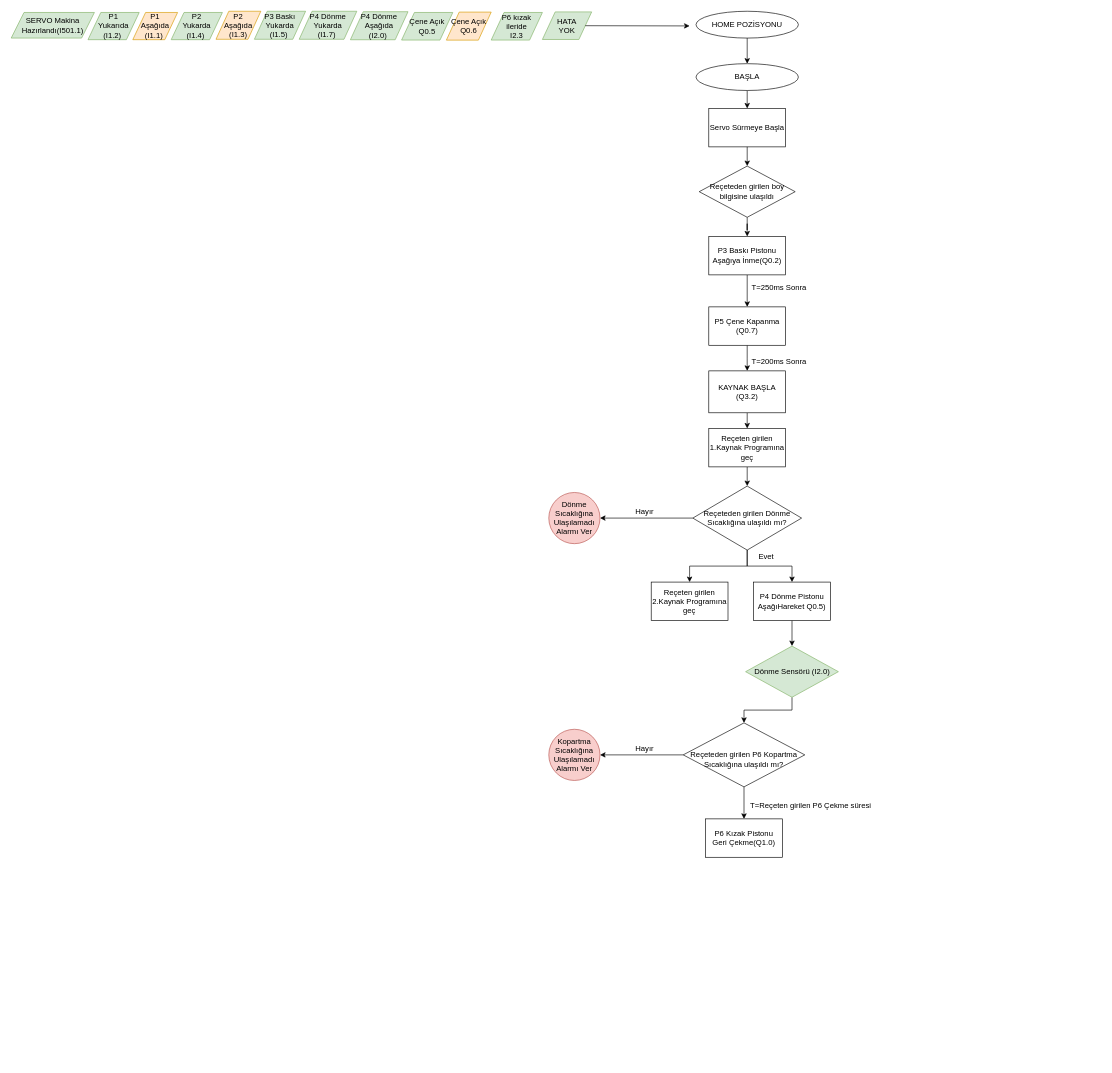
Before: Untitled Diagram.drawio in cemreakz/Cemre_FlowChartsOfMachine, a draw.io diagram. Source tidied: cells renumbered, new cells numbered last; positions are measured from the earlier drawing's top-left corner, leaving out a move shared by most shapes. Both pictures are drawn from the tidied source at 64%, with x=0, y=0 at pixel (11, 11).
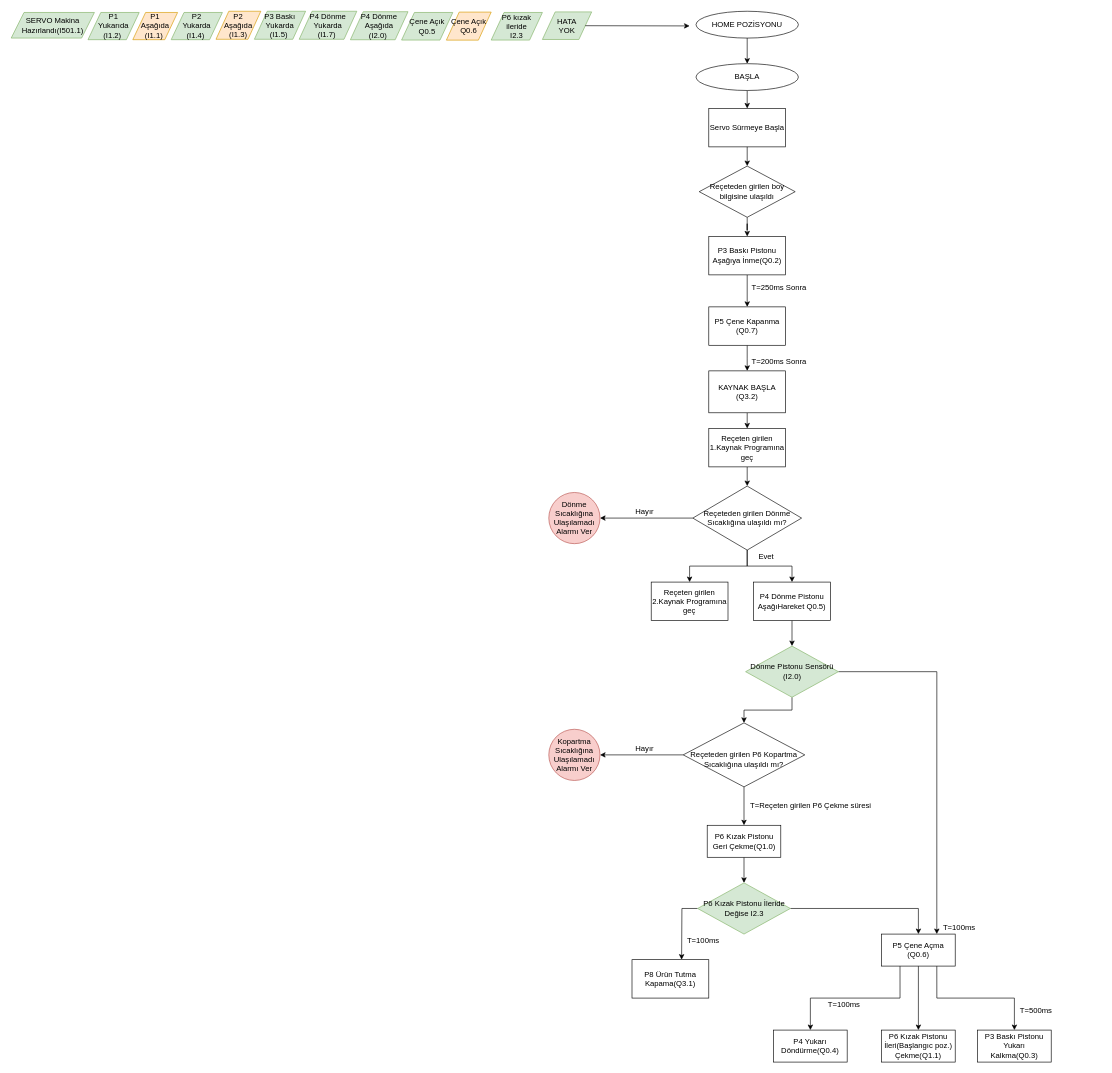
The same diagram, later.

The edit, as a diff of the source:
```diff
@@
+    <mxCell id="52" style="edgeStyle=orthogonalEdgeStyle;rounded=0;jettySize=auto;html=1;exitX=1;exitY=0.5;exitDx=0;exitDy=0;entryX=0.75;entryY=0;entryDx=0;entryDy=0;" parent="1" edge="1" source="49" target="62">
+      <mxGeometry relative="1" as="geometry" />
+    </mxCell>
-    <mxCell id="49" value="Dönme Sensörü (I2.0)" style="rhombus;whiteSpace=wrap;html=1;fillColor=#d5e8d4;strokeColor=#82b366;" parent="1" vertex="1">
+    <mxCell id="49" value="Dönme Pistonu Sensörü (I2.0)" style="rhombus;whiteSpace=wrap;html=1;fillColor=#d5e8d4;strokeColor=#82b366;" parent="1" vertex="1">
       <mxGeometry x="1147.5" y="992" width="145" height="80" as="geometry" />
     </mxCell>
+    <mxCell id="53" style="edgeStyle=orthogonalEdgeStyle;rounded=0;jettySize=auto;html=1;" parent="1" edge="1" source="50" target="56">
+      <mxGeometry relative="1" as="geometry" />
+    </mxCell>
     <mxCell id="50" value="P6 Kızak Pistonu&lt;br&gt;Geri Çekme(Q1.0)" style="rounded=0;whiteSpace=wrap;html=1;" parent="1" vertex="1">
-      <mxGeometry x="1085" y="1262" width="120" height="60" as="geometry" />
+      <mxGeometry x="1087.5" y="1272" width="115" height="50" as="geometry" />
     </mxCell>
@@
+    <mxCell id="54" style="edgeStyle=orthogonalEdgeStyle;rounded=0;jettySize=auto;html=1;" parent="1" edge="1" source="56">
+      <mxGeometry relative="1" as="geometry">
+        <mxPoint x="1047.5" y="1482" as="targetPoint" />
+      </mxGeometry>
+    </mxCell>
+    <mxCell id="55" style="edgeStyle=orthogonalEdgeStyle;rounded=0;jettySize=auto;html=1;exitX=1;exitY=0.5;exitDx=0;exitDy=0;entryX=0.5;entryY=0;entryDx=0;entryDy=0;" parent="1" edge="1" source="56" target="62">
+      <mxGeometry relative="1" as="geometry" />
+    </mxCell>
+    <mxCell id="56" value="P6 Kızak Pistonu İleride Değise I2.3" style="rhombus;whiteSpace=wrap;html=1;fillColor=#d5e8d4;strokeColor=#82b366;" parent="1" vertex="1">
+      <mxGeometry x="1072.5" y="1362" width="145" height="80" as="geometry" />
+    </mxCell>
+    <mxCell id="57" value="T=100ms" style="text;html=1;strokeColor=none;fillColor=none;align=center;verticalAlign=middle;whiteSpace=wrap;rounded=0;" parent="1" vertex="1">
+      <mxGeometry x="980" y="1442" width="202.5" height="20" as="geometry" />
+    </mxCell>
+    <mxCell id="58" value="P8 Ürün Tutma Kapama(Q3.1)" style="rounded=0;whiteSpace=wrap;html=1;" parent="1" vertex="1">
+      <mxGeometry x="970" y="1482" width="120" height="60" as="geometry" />
+    </mxCell>
+    <mxCell id="59" style="edgeStyle=orthogonalEdgeStyle;rounded=0;jettySize=auto;html=1;" parent="1" edge="1" source="62" target="66">
+      <mxGeometry relative="1" as="geometry" />
+    </mxCell>
+    <mxCell id="60" style="edgeStyle=orthogonalEdgeStyle;rounded=0;jettySize=auto;html=1;exitX=0.75;exitY=1;exitDx=0;exitDy=0;" parent="1" edge="1" source="62" target="67">
+      <mxGeometry relative="1" as="geometry" />
+    </mxCell>
+    <mxCell id="61" style="edgeStyle=orthogonalEdgeStyle;rounded=0;jettySize=auto;html=1;exitX=0.25;exitY=1;exitDx=0;exitDy=0;entryX=0.5;entryY=0;entryDx=0;entryDy=0;" parent="1" edge="1" source="62" target="64">
+      <mxGeometry relative="1" as="geometry" />
+    </mxCell>
+    <mxCell id="62" value="P5 Çene Açma (Q0.6)" style="rounded=0;whiteSpace=wrap;html=1;" parent="1" vertex="1">
+      <mxGeometry x="1360" y="1442" width="115" height="50" as="geometry" />
+    </mxCell>
+    <mxCell id="63" value="T=100ms" style="text;html=1;strokeColor=none;fillColor=none;align=center;verticalAlign=middle;whiteSpace=wrap;rounded=0;" parent="1" vertex="1">
+      <mxGeometry x="1380" y="1422" width="202.5" height="20" as="geometry" />
+    </mxCell>
+    <mxCell id="64" value="P4 Yukarı Döndürme(Q0.4)" style="rounded=0;whiteSpace=wrap;html=1;" parent="1" vertex="1">
+      <mxGeometry x="1191.2" y="1592" width="115" height="50" as="geometry" />
+    </mxCell>
+    <mxCell id="65" value="T=100ms" style="text;html=1;strokeColor=none;fillColor=none;align=center;verticalAlign=middle;whiteSpace=wrap;rounded=0;" parent="1" vertex="1">
+      <mxGeometry x="1200" y="1542" width="202.5" height="20" as="geometry" />
+    </mxCell>
+    <mxCell id="66" value="P6 Kızak Pistonu&lt;br&gt;İleri(Başlangıc poz.) Çekme(Q1.1)" style="rounded=0;whiteSpace=wrap;html=1;" parent="1" vertex="1">
+      <mxGeometry x="1360" y="1592" width="115" height="50" as="geometry" />
+    </mxCell>
+    <mxCell id="67" value="P3 Baskı Pistonu Yukarı &lt;br&gt;Kalkma(Q0.3)" style="rounded=0;whiteSpace=wrap;html=1;" parent="1" vertex="1">
+      <mxGeometry x="1510" y="1592" width="115" height="50" as="geometry" />
+    </mxCell>
+    <mxCell id="68" value="T=500ms" style="text;html=1;strokeColor=none;fillColor=none;align=center;verticalAlign=middle;whiteSpace=wrap;rounded=0;" parent="1" vertex="1">
+      <mxGeometry x="1500" y="1552" width="202.5" height="20" as="geometry" />
+    </mxCell>
```
